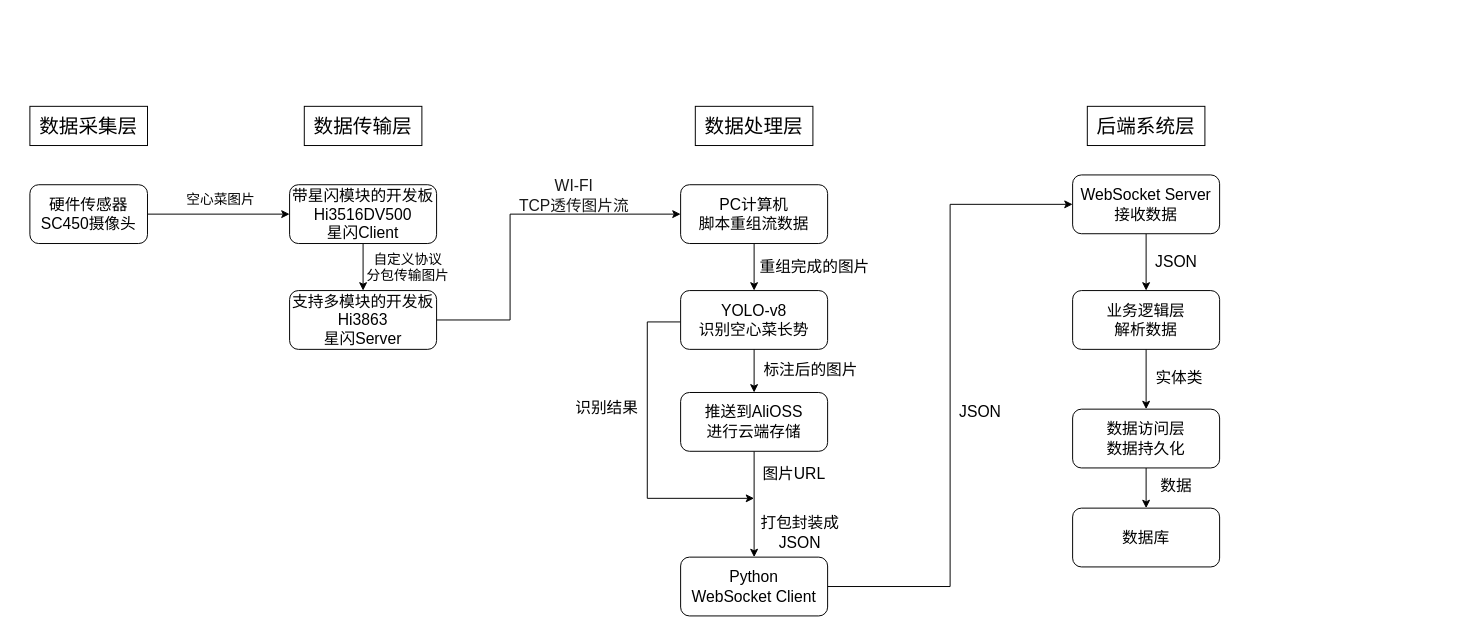
Earlier version of the draw.io diagram grad-design/v1.1.drawio (aluebo/draw.io). Source tidied: cells renumbered, new cells numbered last; positions are measured from the earlier drawing's top-left corner, leaving out a move shared by most shapes. Both pictures are drawn from the tidied source at 98%, with x=0, y=0 at pixel (29, 106).
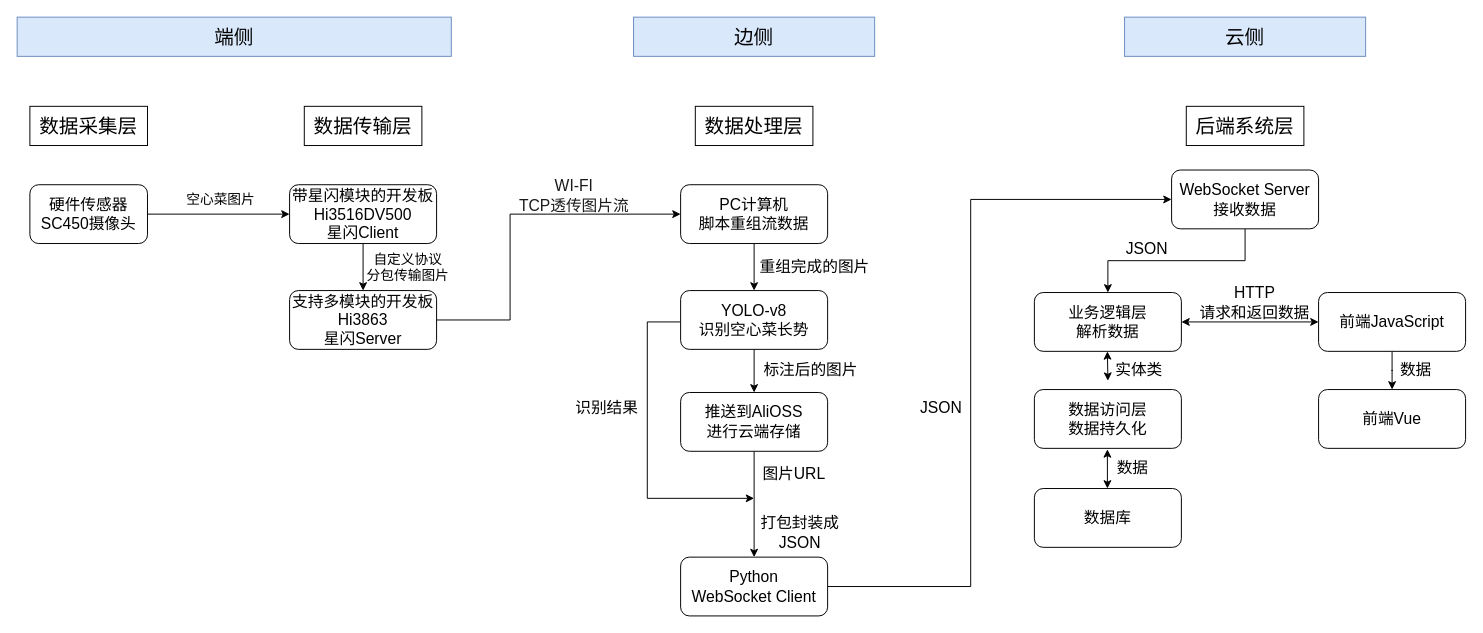
After the change.

The change refers to these unchanged cells:
```xml
<mxCell id="22" value="&lt;span style=&quot;font-size: 16px; background-color: transparent; color: light-dark(rgb(0, 0, 0), rgb(255, 255, 255));&quot;&gt;Python&lt;/span&gt;&lt;div&gt;&lt;div&gt;&lt;span style=&quot;font-size: 16px; background-color: transparent; color: light-dark(rgb(0, 0, 0), rgb(255, 255, 255));&quot;&gt;WebSocket Client&lt;/span&gt;&lt;/div&gt;&lt;/div&gt;" style="rounded=1;whiteSpace=wrap;html=1;" parent="1" vertex="1">
  <mxGeometry x="664" y="460" width="150" height="60" as="geometry" />
</mxCell>
```

Change to the diagram source:
```diff
@@
     <mxCell id="5" value="&lt;font style=&quot;font-size: 20px;&quot;&gt;后端系统层&lt;/font&gt;" style="rounded=0;whiteSpace=wrap;html=1;" parent="1" vertex="1">
-      <mxGeometry x="1079" width="120" height="40" as="geometry" />
+      <mxGeometry x="1180" width="120" height="40" as="geometry" />
     </mxCell>
@@
     <mxCell id="21" style="edgeStyle=orthogonalEdgeStyle;rounded=0;jettySize=auto;html=1;entryX=0;entryY=0.5;entryDx=0;entryDy=0;" parent="1" edge="1" source="22" target="24">
-      <mxGeometry relative="1" as="geometry" />
+      <mxGeometry relative="1" as="geometry">
+        <Array as="points">
+          <mxPoint x="960" y="490" />
+          <mxPoint x="960" y="95" />
+        </Array>
+      </mxGeometry>
     </mxCell>
@@
     <mxCell id="24" value="&lt;span style=&quot;font-size: 16px;&quot;&gt;WebSocket Server&lt;/span&gt;&lt;div&gt;&lt;span style=&quot;font-size: 16px;&quot;&gt;接收数据&lt;/span&gt;&lt;/div&gt;" style="rounded=1;whiteSpace=wrap;html=1;" parent="1" vertex="1">
-      <mxGeometry x="1064" y="70" width="150" height="60" as="geometry" />
+      <mxGeometry x="1165" y="65" width="150" height="60" as="geometry" />
     </mxCell>
     <mxCell id="25" value="&lt;span style=&quot;font-size: 16px;&quot;&gt;JSON&lt;/span&gt;" style="text;html=1;whiteSpace=wrap;strokeColor=none;fillColor=none;align=center;verticalAlign=middle;rounded=0;" parent="1" vertex="1">
-      <mxGeometry x="910" y="296" width="120" height="30" as="geometry" />
+      <mxGeometry x="870" y="292" width="120" height="30" as="geometry" />
     </mxCell>
-    <mxCell id="26" style="edgeStyle=orthogonalEdgeStyle;rounded=0;jettySize=auto;html=1;entryX=0.5;entryY=0;entryDx=0;entryDy=0;" parent="1" edge="1" source="27" target="29">
-      <mxGeometry relative="1" as="geometry" />
-    </mxCell>
     <mxCell id="27" value="&lt;span style=&quot;font-size: 16px;&quot;&gt;业务逻辑层&lt;/span&gt;&lt;div&gt;&lt;span style=&quot;font-size: 16px;&quot;&gt;解析数据&lt;/span&gt;&lt;/div&gt;" style="rounded=1;whiteSpace=wrap;html=1;" parent="1" vertex="1">
-      <mxGeometry x="1064" y="188" width="150" height="60" as="geometry" />
+      <mxGeometry x="1025" y="190" width="150" height="60" as="geometry" />
     </mxCell>
-    <mxCell id="28" style="edgeStyle=orthogonalEdgeStyle;rounded=0;jettySize=auto;html=1;" parent="1" edge="1" source="29" target="34">
-      <mxGeometry relative="1" as="geometry" />
-    </mxCell>
     <mxCell id="29" value="&lt;span style=&quot;font-size: 16px;&quot;&gt;数据访问层&lt;/span&gt;&lt;div&gt;&lt;span style=&quot;font-size: 16px;&quot;&gt;数据持久化&lt;/span&gt;&lt;/div&gt;" style="rounded=1;whiteSpace=wrap;html=1;" parent="1" vertex="1">
-      <mxGeometry x="1064" y="309" width="150" height="60" as="geometry" />
+      <mxGeometry x="1025" y="289" width="150" height="60" as="geometry" />
     </mxCell>
@@
     <mxCell id="32" value="&lt;span style=&quot;font-size: 16px;&quot;&gt;JSON&lt;/span&gt;" style="text;html=1;whiteSpace=wrap;strokeColor=none;fillColor=none;align=center;verticalAlign=middle;rounded=0;" parent="1" vertex="1">
-      <mxGeometry x="1110" y="143" width="120" height="30" as="geometry" />
+      <mxGeometry x="1080" y="130" width="120" height="30" as="geometry" />
     </mxCell>
     <mxCell id="33" value="&lt;span style=&quot;font-size: 16px;&quot;&gt;实体类&lt;/span&gt;" style="text;html=1;whiteSpace=wrap;strokeColor=none;fillColor=none;align=center;verticalAlign=middle;rounded=0;" parent="1" vertex="1">
-      <mxGeometry x="1113" y="262" width="120" height="30" as="geometry" />
+      <mxGeometry x="1107" y="254" width="50" height="30" as="geometry" />
     </mxCell>
     <mxCell id="34" value="&lt;span style=&quot;font-size: 16px;&quot;&gt;数据库&lt;/span&gt;" style="rounded=1;whiteSpace=wrap;html=1;" parent="1" vertex="1">
-      <mxGeometry x="1064" y="410" width="150" height="60" as="geometry" />
+      <mxGeometry x="1025" y="390" width="150" height="60" as="geometry" />
     </mxCell>
     <mxCell id="35" value="&lt;span style=&quot;font-size: 16px;&quot;&gt;数据&lt;/span&gt;" style="text;html=1;whiteSpace=wrap;strokeColor=none;fillColor=none;align=center;verticalAlign=middle;rounded=0;" parent="1" vertex="1">
-      <mxGeometry x="1110" y="372" width="120" height="30" as="geometry" />
+      <mxGeometry x="1104.5" y="354" width="41" height="30" as="geometry" />
     </mxCell>
@@
+    <mxCell id="40" value="&lt;font style=&quot;font-size: 20px;&quot;&gt;端侧&lt;/font&gt;" style="rounded=0;whiteSpace=wrap;html=1;fillColor=#dae8fc;strokeColor=#6c8ebf;" parent="1" vertex="1">
+      <mxGeometry x="-13" y="-91" width="443" height="40" as="geometry" />
+    </mxCell>
+    <mxCell id="41" value="&lt;font style=&quot;font-size: 20px;&quot;&gt;边侧&lt;/font&gt;" style="rounded=0;whiteSpace=wrap;html=1;fillColor=#dae8fc;strokeColor=#6c8ebf;" parent="1" vertex="1">
+      <mxGeometry x="616" y="-91" width="246" height="40" as="geometry" />
+    </mxCell>
+    <mxCell id="42" value="&lt;span style=&quot;font-size: 20px;&quot;&gt;云侧&lt;/span&gt;" style="rounded=0;whiteSpace=wrap;html=1;fillColor=#dae8fc;strokeColor=#6c8ebf;" parent="1" vertex="1">
+      <mxGeometry x="1117" y="-91" width="246" height="40" as="geometry" />
+    </mxCell>
+    <mxCell id="43" style="edgeStyle=orthogonalEdgeStyle;rounded=0;jettySize=auto;html=1;entryX=0.5;entryY=0;entryDx=0;entryDy=0;" parent="1" edge="1" source="44" target="49">
+      <mxGeometry relative="1" as="geometry" />
+    </mxCell>
+    <mxCell id="44" value="&lt;span style=&quot;font-size: 16px;&quot;&gt;前端JavaScript&lt;/span&gt;" style="rounded=1;whiteSpace=wrap;html=1;" parent="1" vertex="1">
+      <mxGeometry x="1315" y="190" width="150" height="60" as="geometry" />
+    </mxCell>
+    <mxCell id="45" style="endArrow=classic;startArrow=classic;html=1;rounded=0;exitX=1;exitY=0.5;exitDx=0;exitDy=0;entryX=0;entryY=0.5;entryDx=0;entryDy=0;" parent="1" edge="1" source="27" target="44">
+      <mxGeometry relative="1" as="geometry" />
+    </mxCell>
+    <mxCell id="46" style="endArrow=classic;startArrow=classic;html=1;rounded=0;" parent="1" edge="1">
+      <mxGeometry relative="1" as="geometry">
+        <mxPoint x="1099.5" y="390" as="sourcePoint" />
+        <mxPoint x="1099.5" y="350" as="targetPoint" />
+      </mxGeometry>
+    </mxCell>
+    <mxCell id="47" style="endArrow=classic;startArrow=classic;html=1;rounded=0;" parent="1" edge="1">
+      <mxGeometry relative="1" as="geometry">
+        <mxPoint x="1100" y="280" as="sourcePoint" />
+        <mxPoint x="1099.5" y="250" as="targetPoint" />
+      </mxGeometry>
+    </mxCell>
+    <mxCell id="48" value="&lt;span style=&quot;font-size: 16px;&quot;&gt;HTTP&lt;/span&gt;&lt;div&gt;&lt;span style=&quot;font-size: 16px;&quot;&gt;请求和返回数据&lt;/span&gt;&lt;/div&gt;" style="text;html=1;whiteSpace=wrap;strokeColor=none;fillColor=none;align=center;verticalAlign=middle;rounded=0;" parent="1" vertex="1">
+      <mxGeometry x="1190" y="185" width="120" height="30" as="geometry" />
+    </mxCell>
+    <mxCell id="49" value="&lt;span style=&quot;font-size: 16px;&quot;&gt;前端Vue&lt;/span&gt;" style="rounded=1;whiteSpace=wrap;html=1;" parent="1" vertex="1">
+      <mxGeometry x="1315" y="289" width="150" height="60" as="geometry" />
+    </mxCell>
+    <mxCell id="50" value="&lt;span style=&quot;font-size: 16px;&quot;&gt;数据&lt;/span&gt;" style="text;html=1;whiteSpace=wrap;strokeColor=none;fillColor=none;align=center;verticalAlign=middle;rounded=0;" parent="1" vertex="1">
+      <mxGeometry x="1394" y="254" width="41" height="30" as="geometry" />
+    </mxCell>
```
